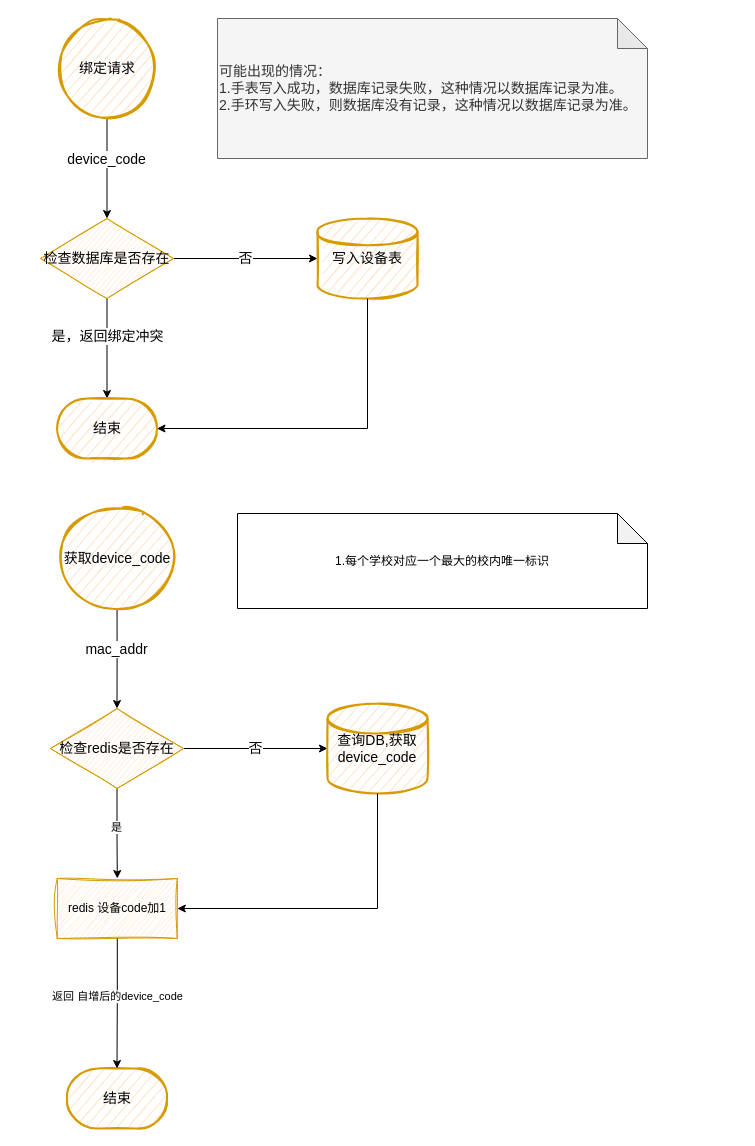
The draw.io diagram page "手表" (8 of 8) of GCroot.drawio in nayouzhenai/java_web, before the edit. Source tidied: cells renumbered, new cells numbered last; positions are measured from the earlier drawing's top-left corner, leaving out a move shared by most shapes. Both pictures are drawn from the tidied source at 100%, with x=0, y=0 at pixel (40, 18).
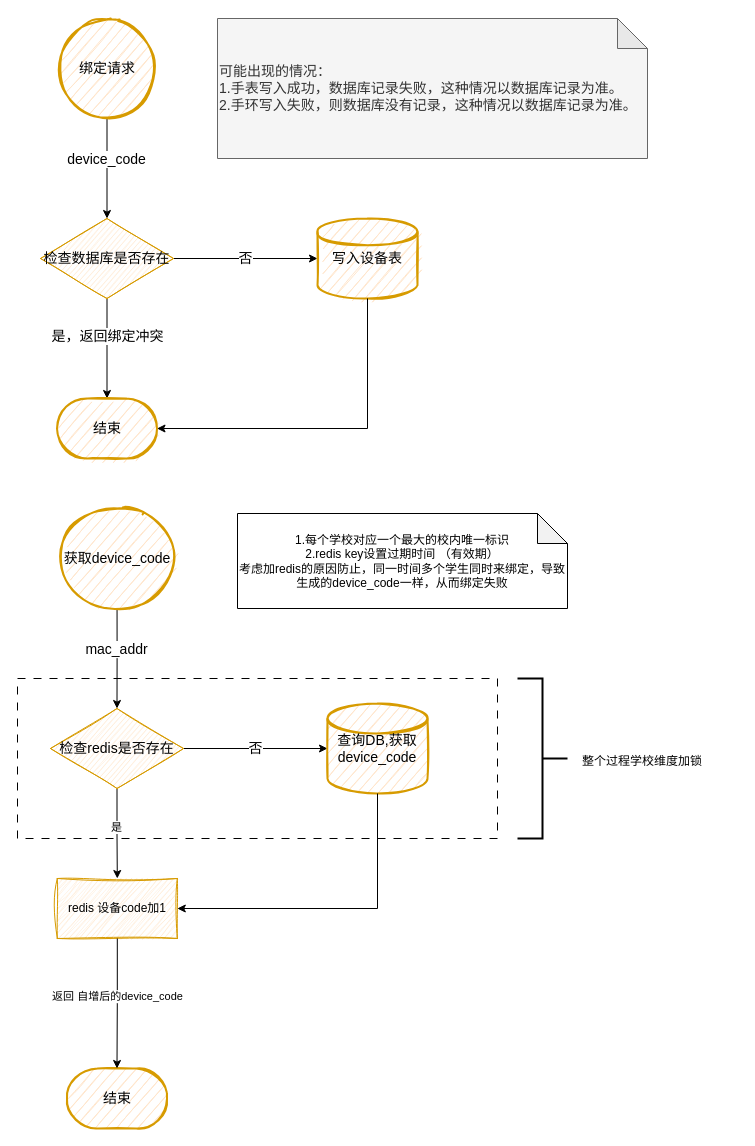
After the change.

The edit, as a diff of the source:
```diff
@@
+    <mxCell id="27" style="rounded=0;whiteSpace=wrap;html=1;dashed=1;dashPattern=8 8;" parent="1" vertex="1">
+      <mxGeometry x="-23" y="660" width="480" height="160" as="geometry" />
+    </mxCell>
@@
-    <mxCell id="23" value="1.每个学校对应一个最大的校内唯一标识" style="shape=note;whiteSpace=wrap;html=1;backgroundOutline=1;darkOpacity=0.05;" parent="1" vertex="1">
-      <mxGeometry x="197" y="495" width="410" height="95" as="geometry" />
+    <mxCell id="23" value="1.每个学校对应一个最大的校内唯一标识&lt;div&gt;2.redis key设置过期时间 （有效期）&lt;/div&gt;&lt;div&gt;考虑加redis的原因防止，同一时间多个学生同时来绑定，导致生成的device_code一样，从而绑定失败&lt;/div&gt;" style="shape=note;whiteSpace=wrap;html=1;backgroundOutline=1;darkOpacity=0.05;" parent="1" vertex="1">
+      <mxGeometry x="197" y="495" width="330" height="95" as="geometry" />
     </mxCell>
@@
+    <mxCell id="28" style="strokeWidth=2;html=1;shape=mxgraph.flowchart.annotation_2;align=left;labelPosition=right;noLabel=0;direction=west;" parent="1" vertex="1">
+      <mxGeometry x="477" y="660" width="50" height="160" as="geometry" />
+    </mxCell>
+    <mxCell id="29" value="整个过程学校维度加锁" style="text;html=1;align=center;verticalAlign=middle;whiteSpace=wrap;rounded=0;" parent="1" vertex="1">
+      <mxGeometry x="507" y="710" width="190" height="65" as="geometry" />
+    </mxCell>
```
